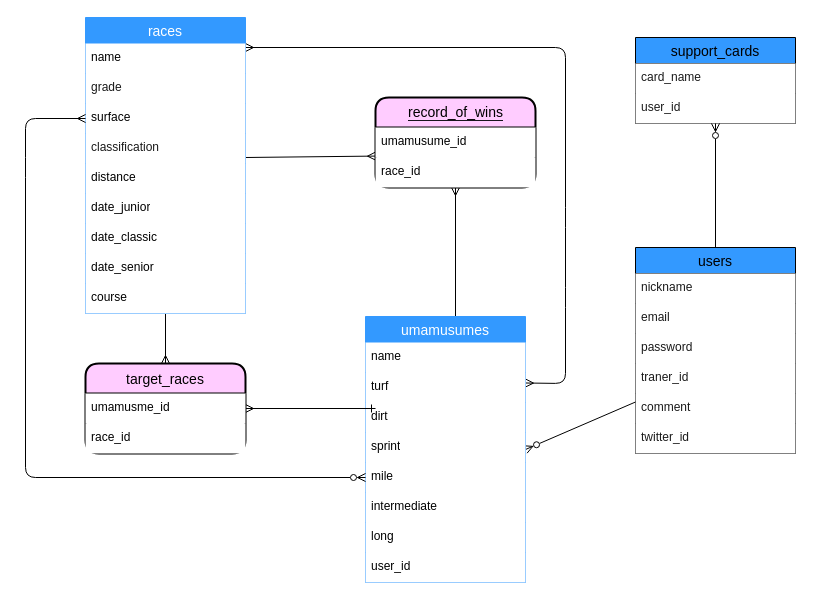
Above: ER図.dio in kenkenkaiden/umamusume_crown_complete_support (draw.io), before the change. Source tidied: cells renumbered, new cells numbered last; positions are measured from the earlier drawing's top-left corner, leaving out a move shared by most shapes. Both pictures are drawn from the tidied source at 100%, with x=0, y=0 at pixel (25, 17).
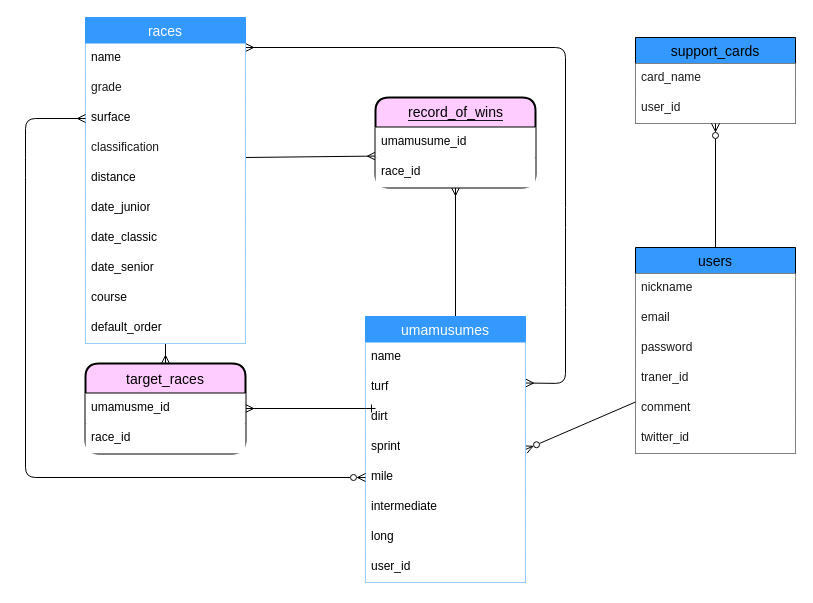
The same diagram, later.

Change to the diagram source:
```diff
@@
     <mxCell id="27" value="races" style="swimlane;fontStyle=0;horizontal=1;startSize=26;align=center;fontSize=14;labelBackgroundColor=none;strokeColor=#3399FF;fontColor=#FFFFFF;fillColor=#3399FF;" parent="1" vertex="1">
-      <mxGeometry x="60" width="160" height="296" as="geometry" />
+      <mxGeometry x="60" width="160" height="326" as="geometry" />
     </mxCell>
@@
+    <mxCell id="45" value="default_order" style="text;strokeColor=none;fillColor=#FFFFFF;spacingLeft=4;spacingRight=4;overflow=hidden;fontSize=12;fontColor=#000000;" parent="27" vertex="1">
+      <mxGeometry y="296" width="160" height="30" as="geometry" />
+    </mxCell>
```
